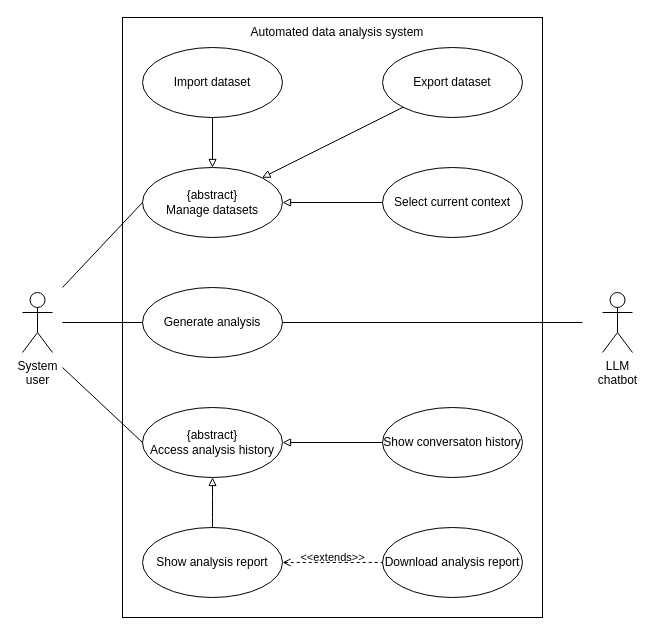
This is documentation/figures/use_case.drawio from jswistak/automatic-data-analysis, a draw.io file, before an edit. Source tidied: cells renumbered, new cells numbered last; positions are measured from the earlier drawing's top-left corner, leaving out a move shared by most shapes. Both pictures are drawn from the tidied source at 100%, with x=0, y=0 at pixel (22, 17).
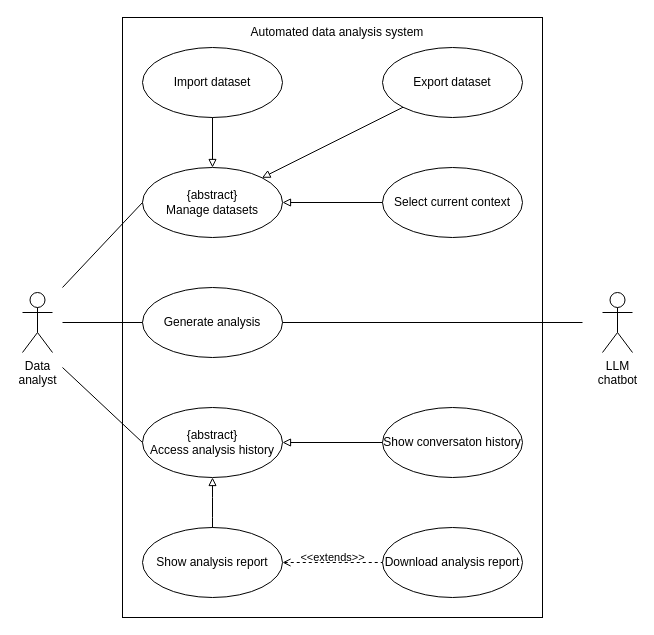
The same diagram, later.

Commit message (it also covers changes not shown here):
Some minor fixes suggested by supervisor

Diff of the diagram source:
```diff
@@
-    <mxCell id="11" value="System&lt;br&gt;user" style="shape=umlActor;verticalLabelPosition=bottom;verticalAlign=top;html=1;" parent="1" vertex="1">
+    <mxCell id="11" value="Data &lt;br&gt;analyst" style="shape=umlActor;verticalLabelPosition=bottom;verticalAlign=top;html=1;" parent="1" vertex="1">
       <mxGeometry y="275" width="30" height="60" as="geometry" />
     </mxCell>
```
